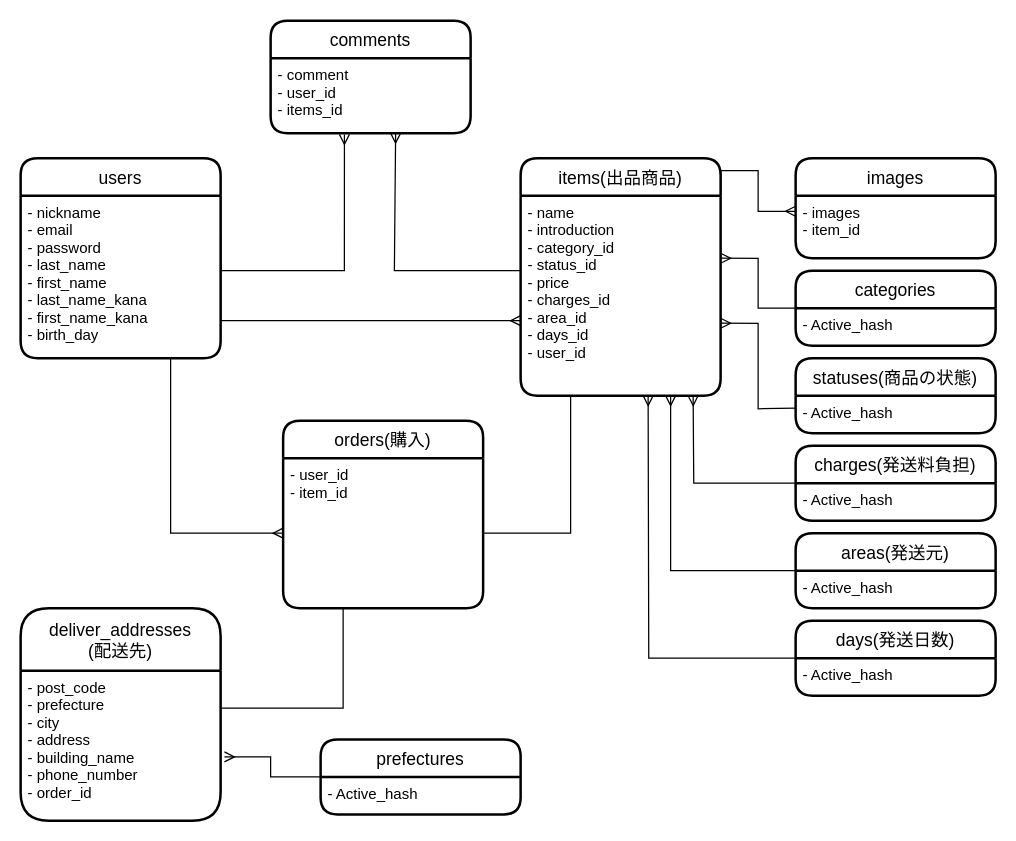
Above: app/views/er.dio in cochimu/furima-32070 (draw.io), before the change. Source tidied: cells renumbered, new cells numbered last; positions are measured from the earlier drawing's top-left corner, leaving out a move shared by most shapes. Both pictures are drawn from the tidied source at 125%, with x=0, y=0 at pixel (20, 20).
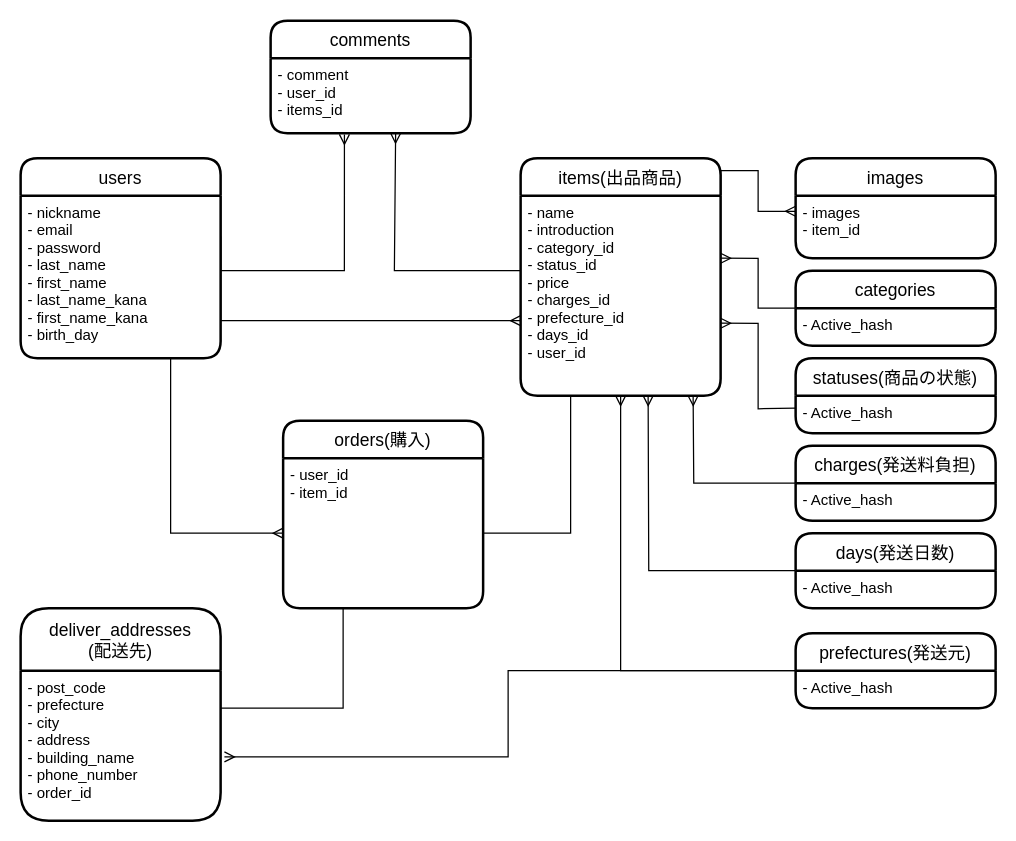
After the change.

The change refers to these unchanged cells:
```xml
<mxCell id="33" value="items(出品商品)" style="swimlane;horizontal=1;startSize=30;rounded=1;fontSize=14;fontStyle=0;strokeWidth=2;shadow=0;dashed=0;align=center;" parent="1" vertex="1">
  <mxGeometry x="400" y="110" width="160" height="190" as="geometry" />
</mxCell>
```

Change to the diagram source:
```diff
@@
-    <mxCell id="13" style="edgeStyle=orthogonalEdgeStyle;rounded=0;jettySize=auto;html=1;entryX=0.75;entryY=1;entryDx=0;entryDy=0;endArrow=ERmany;endFill=0;" parent="1" edge="1" source="14" target="34">
-      <mxGeometry relative="1" as="geometry" />
-    </mxCell>
-    <mxCell id="14" value="areas(発送元)" style="swimlane;horizontal=1;startSize=30;rounded=1;fontSize=14;fontStyle=0;strokeWidth=2;shadow=0;dashed=0;align=center;" parent="1" vertex="1">
-      <mxGeometry x="620" y="410" width="160" height="60" as="geometry" />
-    </mxCell>
-    <mxCell id="15" value="- Active_hash" style="align=left;strokeColor=none;fillColor=none;spacingLeft=4;fontSize=12;verticalAlign=top;" parent="14" vertex="1">
-      <mxGeometry y="30" width="160" height="30" as="geometry" />
-    </mxCell>
@@
-    <mxCell id="17" value="days(発送日数)" style="swimlane;horizontal=1;startSize=30;rounded=1;fontSize=14;fontStyle=0;strokeWidth=2;shadow=0;dashed=0;align=center;" parent="1" vertex="1">
-      <mxGeometry x="620" y="480" width="160" height="60" as="geometry" />
-    </mxCell>
-    <mxCell id="18" value="- Active_hash" style="align=left;strokeColor=none;fillColor=none;spacingLeft=4;fontSize=12;verticalAlign=top;" parent="17" vertex="1">
-      <mxGeometry y="30" width="160" height="30" as="geometry" />
-    </mxCell>
@@
-    <mxCell id="34" value="- name&#10;- introduction&#10;- category_id&#10;- status_id&#10;- price&#10;- charges_id&#10;- area_id&#10;- days_id&#10;- user_id" style="align=left;strokeColor=none;fillColor=none;spacingLeft=4;fontSize=12;verticalAlign=top;" parent="33" vertex="1">
+    <mxCell id="34" value="- name&#10;- introduction&#10;- category_id&#10;- status_id&#10;- price&#10;- charges_id&#10;- prefecture_id&#10;- days_id&#10;- user_id" style="align=left;strokeColor=none;fillColor=none;spacingLeft=4;fontSize=12;verticalAlign=top;" parent="33" vertex="1">
       <mxGeometry y="30" width="160" height="160" as="geometry" />
     </mxCell>
@@
+    <mxCell id="17" value="days(発送日数)" style="swimlane;horizontal=1;startSize=30;rounded=1;fontSize=14;fontStyle=0;strokeWidth=2;shadow=0;dashed=0;align=center;" parent="1" vertex="1">
+      <mxGeometry x="620" y="410" width="160" height="60" as="geometry" />
+    </mxCell>
+    <mxCell id="18" value="- Active_hash" style="align=left;strokeColor=none;fillColor=none;spacingLeft=4;fontSize=12;verticalAlign=top;" parent="17" vertex="1">
+      <mxGeometry y="30" width="160" height="30" as="geometry" />
+    </mxCell>
+    <mxCell id="39" style="edgeStyle=orthogonalEdgeStyle;rounded=0;jettySize=auto;html=1;endArrow=ERmany;endFill=0;" parent="1" edge="1" source="37" target="34">
+      <mxGeometry relative="1" as="geometry" />
+    </mxCell>
-    <mxCell id="37" value="prefectures" style="swimlane;horizontal=1;startSize=30;rounded=1;fontSize=14;fontStyle=0;strokeWidth=2;shadow=0;dashed=0;align=center;" parent="1" vertex="1">
-      <mxGeometry x="240" y="575" width="160" height="60" as="geometry" />
+    <mxCell id="37" value="prefectures(発送元)" style="swimlane;horizontal=1;startSize=30;rounded=1;fontSize=14;fontStyle=0;strokeWidth=2;shadow=0;dashed=0;align=center;" parent="1" vertex="1">
+      <mxGeometry x="620" y="490" width="160" height="60" as="geometry" />
     </mxCell>
```
